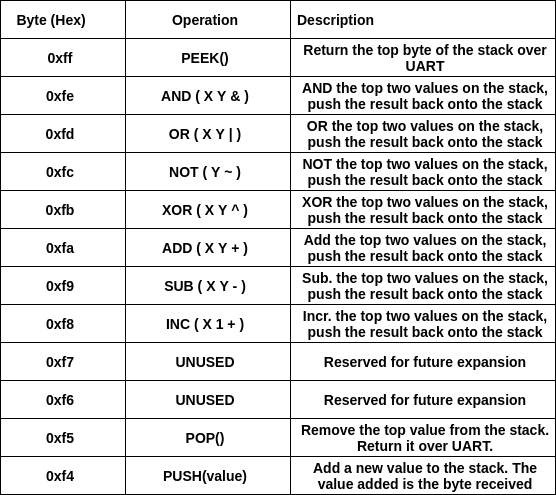
This is images/p8/calculator_instructions.png from Fangs-BootCamp/Fangs-BootCamp.github.io, a draw.io export, as it was before one commit. Source tidied: cells renumbered, new cells last; positions are measured from the earlier drawing's top-left corner, leaving out a move shared by most shapes. Source of this version:
```xml
<mxGraphModel>
  <root>
    <mxCell id="0" />
    <mxCell id="1" parent="0" />
    <mxCell id="2" style="rounded=0;whiteSpace=wrap;html=1;strokeWidth=1;" parent="1" vertex="1">
      <mxGeometry x="290" width="265" height="38" as="geometry" />
    </mxCell>
    <mxCell id="3" style="rounded=0;whiteSpace=wrap;html=1;strokeWidth=1;" parent="1" vertex="1">
      <mxGeometry x="125" width="165" height="38" as="geometry" />
    </mxCell>
    <mxCell id="4" value="&lt;b&gt;&lt;font style=&quot;font-size: 14px&quot;&gt;Description&lt;/font&gt;&lt;/b&gt;" style="text;html=1;strokeColor=none;fillColor=none;align=center;verticalAlign=middle;whiteSpace=wrap;rounded=0;" parent="1" vertex="1">
      <mxGeometry x="305" y="4" width="61" height="30" as="geometry" />
    </mxCell>
    <mxCell id="5" value="&lt;div style=&quot;text-align: justify&quot;&gt;&lt;b&gt;&lt;font style=&quot;font-size: 14px&quot;&gt;Operation&lt;/font&gt;&lt;/b&gt;&lt;/div&gt;" style="text;html=1;strokeColor=none;fillColor=none;align=center;verticalAlign=middle;whiteSpace=wrap;rounded=0;" parent="1" vertex="1">
      <mxGeometry x="125" y="4" width="160" height="30" as="geometry" />
    </mxCell>
    <mxCell id="6" style="rounded=0;whiteSpace=wrap;html=1;strokeWidth=1;" parent="1" vertex="1">
      <mxGeometry width="125" height="38" as="geometry" />
    </mxCell>
    <mxCell id="7" value="&lt;b&gt;&lt;font style=&quot;font-size: 14px&quot;&gt;Byte (Hex)&lt;/font&gt;&lt;/b&gt;" style="text;html=1;strokeColor=none;fillColor=none;align=center;verticalAlign=middle;whiteSpace=wrap;rounded=0;" parent="1" vertex="1">
      <mxGeometry x="5" y="4" width="92" height="30" as="geometry" />
    </mxCell>
    <mxCell id="8" style="rounded=0;whiteSpace=wrap;html=1;strokeWidth=1;" parent="1" vertex="1">
      <mxGeometry x="290" y="38" width="265" height="38" as="geometry" />
    </mxCell>
    <mxCell id="9" style="rounded=0;whiteSpace=wrap;html=1;strokeWidth=1;" parent="1" vertex="1">
      <mxGeometry x="125" y="38" width="165" height="38" as="geometry" />
    </mxCell>
    <mxCell id="10" value="&lt;span style=&quot;font-size: 14px&quot;&gt;&lt;b&gt;Return the top byte of the stack over UART&lt;/b&gt;&lt;/span&gt;" style="text;html=1;strokeColor=none;fillColor=none;align=center;verticalAlign=middle;whiteSpace=wrap;rounded=0;" parent="1" vertex="1">
      <mxGeometry x="295" y="42" width="260" height="30" as="geometry" />
    </mxCell>
    <mxCell id="11" value="&lt;b&gt;&lt;font style=&quot;font-size: 14px&quot;&gt;PEEK()&lt;/font&gt;&lt;/b&gt;" style="text;html=1;strokeColor=none;fillColor=none;align=center;verticalAlign=middle;whiteSpace=wrap;rounded=0;" parent="1" vertex="1">
      <mxGeometry x="125" y="42" width="160" height="30" as="geometry" />
    </mxCell>
    <mxCell id="12" style="rounded=0;whiteSpace=wrap;html=1;strokeWidth=1;" parent="1" vertex="1">
      <mxGeometry y="38" width="125" height="38" as="geometry" />
    </mxCell>
    <mxCell id="13" value="&lt;b&gt;&lt;font style=&quot;font-size: 14px&quot;&gt;0xff&lt;/font&gt;&lt;/b&gt;" style="text;html=1;strokeColor=none;fillColor=none;align=center;verticalAlign=middle;whiteSpace=wrap;rounded=0;" parent="1" vertex="1">
      <mxGeometry y="42" width="120" height="30" as="geometry" />
    </mxCell>
    <mxCell id="14" style="rounded=0;whiteSpace=wrap;html=1;strokeWidth=1;" parent="1" vertex="1">
      <mxGeometry x="290" y="76" width="265" height="38" as="geometry" />
    </mxCell>
    <mxCell id="15" style="rounded=0;whiteSpace=wrap;html=1;strokeWidth=1;" parent="1" vertex="1">
      <mxGeometry x="125" y="76" width="165" height="38" as="geometry" />
    </mxCell>
    <mxCell id="16" value="&lt;b&gt;&lt;font style=&quot;font-size: 14px&quot;&gt;AND the top two values on the stack, push the result back onto the stack&lt;/font&gt;&lt;/b&gt;" style="text;html=1;strokeColor=none;fillColor=none;align=center;verticalAlign=middle;whiteSpace=wrap;rounded=0;" parent="1" vertex="1">
      <mxGeometry x="295" y="80" width="260" height="30" as="geometry" />
    </mxCell>
    <mxCell id="17" value="&lt;b&gt;&lt;font style=&quot;font-size: 14px&quot;&gt;AND ( X Y &amp;amp; )&lt;/font&gt;&lt;/b&gt;" style="text;html=1;strokeColor=none;fillColor=none;align=center;verticalAlign=middle;whiteSpace=wrap;rounded=0;" parent="1" vertex="1">
      <mxGeometry x="125" y="80" width="160" height="30" as="geometry" />
    </mxCell>
    <mxCell id="18" style="rounded=0;whiteSpace=wrap;html=1;strokeWidth=1;" parent="1" vertex="1">
      <mxGeometry y="76" width="125" height="38" as="geometry" />
    </mxCell>
    <mxCell id="19" value="&lt;b&gt;&lt;font style=&quot;font-size: 14px&quot;&gt;0xfe&lt;/font&gt;&lt;/b&gt;" style="text;html=1;strokeColor=none;fillColor=none;align=center;verticalAlign=middle;whiteSpace=wrap;rounded=0;" parent="1" vertex="1">
      <mxGeometry y="80" width="120" height="30" as="geometry" />
    </mxCell>
    <mxCell id="20" style="rounded=0;whiteSpace=wrap;html=1;strokeWidth=1;" parent="1" vertex="1">
      <mxGeometry x="290" y="114" width="265" height="38" as="geometry" />
    </mxCell>
    <mxCell id="21" style="rounded=0;whiteSpace=wrap;html=1;strokeWidth=1;" parent="1" vertex="1">
      <mxGeometry x="125" y="114" width="165" height="38" as="geometry" />
    </mxCell>
    <mxCell id="22" value="&lt;b&gt;&lt;font style=&quot;font-size: 14px&quot;&gt;OR the top two values on the stack, push the result back onto the stack&lt;/font&gt;&lt;/b&gt;" style="text;html=1;strokeColor=none;fillColor=none;align=center;verticalAlign=middle;whiteSpace=wrap;rounded=0;" parent="1" vertex="1">
      <mxGeometry x="295" y="118" width="260" height="30" as="geometry" />
    </mxCell>
    <mxCell id="23" value="&lt;b&gt;&lt;font style=&quot;font-size: 14px&quot;&gt;OR ( X Y | )&lt;/font&gt;&lt;/b&gt;" style="text;html=1;strokeColor=none;fillColor=none;align=center;verticalAlign=middle;whiteSpace=wrap;rounded=0;" parent="1" vertex="1">
      <mxGeometry x="125" y="118" width="160" height="30" as="geometry" />
    </mxCell>
    <mxCell id="24" style="rounded=0;whiteSpace=wrap;html=1;strokeWidth=1;" parent="1" vertex="1">
      <mxGeometry y="114" width="125" height="38" as="geometry" />
    </mxCell>
    <mxCell id="25" value="&lt;b&gt;&lt;font style=&quot;font-size: 14px&quot;&gt;0xfd&lt;/font&gt;&lt;/b&gt;" style="text;html=1;strokeColor=none;fillColor=none;align=center;verticalAlign=middle;whiteSpace=wrap;rounded=0;" parent="1" vertex="1">
      <mxGeometry y="118" width="120" height="30" as="geometry" />
    </mxCell>
    <mxCell id="26" style="rounded=0;whiteSpace=wrap;html=1;strokeWidth=1;" parent="1" vertex="1">
      <mxGeometry x="290" y="152" width="265" height="38" as="geometry" />
    </mxCell>
    <mxCell id="27" style="rounded=0;whiteSpace=wrap;html=1;strokeWidth=1;" parent="1" vertex="1">
      <mxGeometry x="125" y="152" width="165" height="38" as="geometry" />
    </mxCell>
    <mxCell id="28" value="&lt;b&gt;&lt;font style=&quot;font-size: 14px&quot;&gt;NOT the top two values on the stack, push the result back onto the stack&lt;/font&gt;&lt;/b&gt;" style="text;html=1;strokeColor=none;fillColor=none;align=center;verticalAlign=middle;whiteSpace=wrap;rounded=0;" parent="1" vertex="1">
      <mxGeometry x="295" y="156" width="260" height="30" as="geometry" />
    </mxCell>
    <mxCell id="29" value="&lt;b&gt;&lt;font style=&quot;font-size: 14px&quot;&gt;NOT ( Y ~ )&lt;/font&gt;&lt;/b&gt;" style="text;html=1;strokeColor=none;fillColor=none;align=center;verticalAlign=middle;whiteSpace=wrap;rounded=0;" parent="1" vertex="1">
      <mxGeometry x="125" y="156" width="160" height="30" as="geometry" />
    </mxCell>
    <mxCell id="30" style="rounded=0;whiteSpace=wrap;html=1;strokeWidth=1;" parent="1" vertex="1">
      <mxGeometry y="152" width="125" height="38" as="geometry" />
    </mxCell>
    <mxCell id="31" value="&lt;b&gt;&lt;font style=&quot;font-size: 14px&quot;&gt;0xfc&lt;/font&gt;&lt;/b&gt;" style="text;html=1;strokeColor=none;fillColor=none;align=center;verticalAlign=middle;whiteSpace=wrap;rounded=0;" parent="1" vertex="1">
      <mxGeometry y="156" width="120" height="30" as="geometry" />
    </mxCell>
    <mxCell id="32" style="rounded=0;whiteSpace=wrap;html=1;strokeWidth=1;" parent="1" vertex="1">
      <mxGeometry x="290" y="190" width="265" height="38" as="geometry" />
    </mxCell>
    <mxCell id="33" style="rounded=0;whiteSpace=wrap;html=1;strokeWidth=1;" parent="1" vertex="1">
      <mxGeometry x="125" y="190" width="165" height="38" as="geometry" />
    </mxCell>
    <mxCell id="34" value="&lt;b&gt;&lt;font style=&quot;font-size: 14px&quot;&gt;XOR the top two values on the stack, push the result back onto the stack&lt;/font&gt;&lt;/b&gt;" style="text;html=1;strokeColor=none;fillColor=none;align=center;verticalAlign=middle;whiteSpace=wrap;rounded=0;" parent="1" vertex="1">
      <mxGeometry x="295" y="194" width="260" height="30" as="geometry" />
    </mxCell>
    <mxCell id="35" value="&lt;b&gt;&lt;font style=&quot;font-size: 14px&quot;&gt;XOR ( X Y ^ )&lt;/font&gt;&lt;/b&gt;" style="text;html=1;strokeColor=none;fillColor=none;align=center;verticalAlign=middle;whiteSpace=wrap;rounded=0;" parent="1" vertex="1">
      <mxGeometry x="125" y="194" width="160" height="30" as="geometry" />
    </mxCell>
    <mxCell id="36" style="rounded=0;whiteSpace=wrap;html=1;strokeWidth=1;" parent="1" vertex="1">
      <mxGeometry y="190" width="125" height="38" as="geometry" />
    </mxCell>
    <mxCell id="37" value="&lt;b&gt;&lt;font style=&quot;font-size: 14px&quot;&gt;0xfb&lt;/font&gt;&lt;/b&gt;" style="text;html=1;strokeColor=none;fillColor=none;align=center;verticalAlign=middle;whiteSpace=wrap;rounded=0;" parent="1" vertex="1">
      <mxGeometry y="194" width="120" height="30" as="geometry" />
    </mxCell>
    <mxCell id="38" style="rounded=0;whiteSpace=wrap;html=1;strokeWidth=1;" parent="1" vertex="1">
      <mxGeometry x="290" y="228" width="265" height="38" as="geometry" />
    </mxCell>
    <mxCell id="39" style="rounded=0;whiteSpace=wrap;html=1;strokeWidth=1;" parent="1" vertex="1">
      <mxGeometry x="125" y="228" width="165" height="38" as="geometry" />
    </mxCell>
    <mxCell id="40" value="&lt;b&gt;&lt;font style=&quot;font-size: 14px&quot;&gt;Add the top two values on the stack, push the result back onto the stack&lt;/font&gt;&lt;/b&gt;" style="text;html=1;strokeColor=none;fillColor=none;align=center;verticalAlign=middle;whiteSpace=wrap;rounded=0;" parent="1" vertex="1">
      <mxGeometry x="295" y="232" width="260" height="30" as="geometry" />
    </mxCell>
    <mxCell id="41" value="&lt;b&gt;&lt;font style=&quot;font-size: 14px&quot;&gt;ADD ( X Y + )&lt;/font&gt;&lt;/b&gt;" style="text;html=1;strokeColor=none;fillColor=none;align=center;verticalAlign=middle;whiteSpace=wrap;rounded=0;" parent="1" vertex="1">
      <mxGeometry x="125" y="232" width="160" height="30" as="geometry" />
    </mxCell>
    <mxCell id="42" style="rounded=0;whiteSpace=wrap;html=1;strokeWidth=1;" parent="1" vertex="1">
      <mxGeometry y="228" width="125" height="38" as="geometry" />
    </mxCell>
    <mxCell id="43" value="&lt;b&gt;&lt;font style=&quot;font-size: 14px&quot;&gt;0xfa&lt;/font&gt;&lt;/b&gt;" style="text;html=1;strokeColor=none;fillColor=none;align=center;verticalAlign=middle;whiteSpace=wrap;rounded=0;" parent="1" vertex="1">
      <mxGeometry y="232" width="120" height="30" as="geometry" />
    </mxCell>
    <mxCell id="44" style="rounded=0;whiteSpace=wrap;html=1;strokeWidth=1;" parent="1" vertex="1">
      <mxGeometry x="290" y="266" width="265" height="38" as="geometry" />
    </mxCell>
    <mxCell id="45" style="rounded=0;whiteSpace=wrap;html=1;strokeWidth=1;" parent="1" vertex="1">
      <mxGeometry x="125" y="266" width="165" height="38" as="geometry" />
    </mxCell>
    <mxCell id="46" value="&lt;b&gt;&lt;font style=&quot;font-size: 14px&quot;&gt;Sub. the top two values on the stack, push the result back onto the stack&lt;/font&gt;&lt;/b&gt;" style="text;html=1;strokeColor=none;fillColor=none;align=center;verticalAlign=middle;whiteSpace=wrap;rounded=0;" parent="1" vertex="1">
      <mxGeometry x="295" y="270" width="260" height="30" as="geometry" />
    </mxCell>
    <mxCell id="47" value="&lt;b&gt;&lt;font style=&quot;font-size: 14px&quot;&gt;SUB ( X Y - )&lt;/font&gt;&lt;/b&gt;" style="text;html=1;strokeColor=none;fillColor=none;align=center;verticalAlign=middle;whiteSpace=wrap;rounded=0;" parent="1" vertex="1">
      <mxGeometry x="125" y="270" width="160" height="30" as="geometry" />
    </mxCell>
    <mxCell id="48" style="rounded=0;whiteSpace=wrap;html=1;strokeWidth=1;" parent="1" vertex="1">
      <mxGeometry y="266" width="125" height="38" as="geometry" />
    </mxCell>
    <mxCell id="49" value="&lt;b&gt;&lt;font style=&quot;font-size: 14px&quot;&gt;0xf9&lt;/font&gt;&lt;/b&gt;" style="text;html=1;strokeColor=none;fillColor=none;align=center;verticalAlign=middle;whiteSpace=wrap;rounded=0;" parent="1" vertex="1">
      <mxGeometry y="270" width="120" height="30" as="geometry" />
    </mxCell>
    <mxCell id="50" style="rounded=0;whiteSpace=wrap;html=1;strokeWidth=1;" parent="1" vertex="1">
      <mxGeometry x="290" y="304" width="265" height="38" as="geometry" />
    </mxCell>
    <mxCell id="51" style="rounded=0;whiteSpace=wrap;html=1;strokeWidth=1;" parent="1" vertex="1">
      <mxGeometry x="125" y="304" width="165" height="38" as="geometry" />
    </mxCell>
    <mxCell id="52" value="&lt;b&gt;&lt;font style=&quot;font-size: 14px&quot;&gt;Incr. the top two values on the stack, push the result back onto the stack&lt;/font&gt;&lt;/b&gt;" style="text;html=1;strokeColor=none;fillColor=none;align=center;verticalAlign=middle;whiteSpace=wrap;rounded=0;" parent="1" vertex="1">
      <mxGeometry x="295" y="308" width="260" height="30" as="geometry" />
    </mxCell>
    <mxCell id="53" value="&lt;b&gt;&lt;font style=&quot;font-size: 14px&quot;&gt;INC ( X 1 + )&lt;/font&gt;&lt;/b&gt;" style="text;html=1;strokeColor=none;fillColor=none;align=center;verticalAlign=middle;whiteSpace=wrap;rounded=0;" parent="1" vertex="1">
      <mxGeometry x="125" y="308" width="160" height="30" as="geometry" />
    </mxCell>
    <mxCell id="54" style="rounded=0;whiteSpace=wrap;html=1;strokeWidth=1;" parent="1" vertex="1">
      <mxGeometry y="304" width="125" height="38" as="geometry" />
    </mxCell>
    <mxCell id="55" value="&lt;b&gt;&lt;font style=&quot;font-size: 14px&quot;&gt;0xf8&lt;/font&gt;&lt;/b&gt;" style="text;html=1;strokeColor=none;fillColor=none;align=center;verticalAlign=middle;whiteSpace=wrap;rounded=0;" parent="1" vertex="1">
      <mxGeometry y="308" width="120" height="30" as="geometry" />
    </mxCell>
    <mxCell id="56" style="rounded=0;whiteSpace=wrap;html=1;strokeWidth=1;" parent="1" vertex="1">
      <mxGeometry x="290" y="342" width="265" height="38" as="geometry" />
    </mxCell>
    <mxCell id="57" style="rounded=0;whiteSpace=wrap;html=1;strokeWidth=1;" parent="1" vertex="1">
      <mxGeometry x="125" y="342" width="165" height="38" as="geometry" />
    </mxCell>
    <mxCell id="58" value="&lt;b&gt;&lt;font style=&quot;font-size: 14px&quot;&gt;Reserved for future expansion&lt;/font&gt;&lt;/b&gt;" style="text;html=1;strokeColor=none;fillColor=none;align=center;verticalAlign=middle;whiteSpace=wrap;rounded=0;" parent="1" vertex="1">
      <mxGeometry x="295" y="346" width="260" height="30" as="geometry" />
    </mxCell>
    <mxCell id="59" value="&lt;b&gt;&lt;font style=&quot;font-size: 14px&quot;&gt;UNUSED&lt;/font&gt;&lt;/b&gt;" style="text;html=1;strokeColor=none;fillColor=none;align=center;verticalAlign=middle;whiteSpace=wrap;rounded=0;" parent="1" vertex="1">
      <mxGeometry x="125" y="346" width="160" height="30" as="geometry" />
    </mxCell>
    <mxCell id="60" style="rounded=0;whiteSpace=wrap;html=1;strokeWidth=1;" parent="1" vertex="1">
      <mxGeometry y="342" width="125" height="38" as="geometry" />
    </mxCell>
    <mxCell id="61" value="&lt;b&gt;&lt;font style=&quot;font-size: 14px&quot;&gt;0xf7&lt;/font&gt;&lt;/b&gt;" style="text;html=1;strokeColor=none;fillColor=none;align=center;verticalAlign=middle;whiteSpace=wrap;rounded=0;" parent="1" vertex="1">
      <mxGeometry y="346" width="120" height="30" as="geometry" />
    </mxCell>
    <mxCell id="62" style="rounded=0;whiteSpace=wrap;html=1;strokeWidth=1;" parent="1" vertex="1">
      <mxGeometry x="290" y="380" width="265" height="38" as="geometry" />
    </mxCell>
    <mxCell id="63" style="rounded=0;whiteSpace=wrap;html=1;strokeWidth=1;" parent="1" vertex="1">
      <mxGeometry x="125" y="380" width="165" height="38" as="geometry" />
    </mxCell>
    <mxCell id="64" value="&lt;b&gt;&lt;font style=&quot;font-size: 14px&quot;&gt;Reserved for future expansion&lt;/font&gt;&lt;/b&gt;" style="text;html=1;strokeColor=none;fillColor=none;align=center;verticalAlign=middle;whiteSpace=wrap;rounded=0;" parent="1" vertex="1">
      <mxGeometry x="295" y="384" width="260" height="30" as="geometry" />
    </mxCell>
    <mxCell id="65" value="&lt;b&gt;&lt;font style=&quot;font-size: 14px&quot;&gt;UNUSED&lt;/font&gt;&lt;/b&gt;" style="text;html=1;strokeColor=none;fillColor=none;align=center;verticalAlign=middle;whiteSpace=wrap;rounded=0;" parent="1" vertex="1">
      <mxGeometry x="125" y="384" width="160" height="30" as="geometry" />
    </mxCell>
    <mxCell id="66" style="rounded=0;whiteSpace=wrap;html=1;strokeWidth=1;" parent="1" vertex="1">
      <mxGeometry y="380" width="125" height="38" as="geometry" />
    </mxCell>
    <mxCell id="67" value="&lt;b&gt;&lt;font style=&quot;font-size: 14px&quot;&gt;0xf6&lt;/font&gt;&lt;/b&gt;" style="text;html=1;strokeColor=none;fillColor=none;align=center;verticalAlign=middle;whiteSpace=wrap;rounded=0;" parent="1" vertex="1">
      <mxGeometry y="384" width="120" height="30" as="geometry" />
    </mxCell>
    <mxCell id="68" style="rounded=0;whiteSpace=wrap;html=1;strokeWidth=1;" parent="1" vertex="1">
      <mxGeometry x="290" y="418" width="265" height="38" as="geometry" />
    </mxCell>
    <mxCell id="69" style="rounded=0;whiteSpace=wrap;html=1;strokeWidth=1;" parent="1" vertex="1">
      <mxGeometry x="125" y="418" width="165" height="38" as="geometry" />
    </mxCell>
    <mxCell id="70" value="&lt;b&gt;&lt;font style=&quot;font-size: 14px&quot;&gt;Remove the top value from the stack. Return it over UART.&lt;/font&gt;&lt;/b&gt;" style="text;html=1;strokeColor=none;fillColor=none;align=center;verticalAlign=middle;whiteSpace=wrap;rounded=0;" parent="1" vertex="1">
      <mxGeometry x="295" y="422" width="260" height="30" as="geometry" />
    </mxCell>
    <mxCell id="71" value="&lt;b&gt;&lt;font style=&quot;font-size: 14px&quot;&gt;POP()&lt;/font&gt;&lt;/b&gt;" style="text;html=1;strokeColor=none;fillColor=none;align=center;verticalAlign=middle;whiteSpace=wrap;rounded=0;" parent="1" vertex="1">
      <mxGeometry x="125" y="422" width="160" height="30" as="geometry" />
    </mxCell>
    <mxCell id="72" style="rounded=0;whiteSpace=wrap;html=1;strokeWidth=1;" parent="1" vertex="1">
      <mxGeometry y="418" width="125" height="38" as="geometry" />
    </mxCell>
    <mxCell id="73" value="&lt;b&gt;&lt;font style=&quot;font-size: 14px&quot;&gt;0xf5&lt;/font&gt;&lt;/b&gt;" style="text;html=1;strokeColor=none;fillColor=none;align=center;verticalAlign=middle;whiteSpace=wrap;rounded=0;" parent="1" vertex="1">
      <mxGeometry y="422" width="120" height="30" as="geometry" />
    </mxCell>
    <mxCell id="74" style="rounded=0;whiteSpace=wrap;html=1;strokeWidth=1;" parent="1" vertex="1">
      <mxGeometry x="290" y="456" width="265" height="38" as="geometry" />
    </mxCell>
    <mxCell id="75" style="rounded=0;whiteSpace=wrap;html=1;strokeWidth=1;" parent="1" vertex="1">
      <mxGeometry x="125" y="456" width="165" height="38" as="geometry" />
    </mxCell>
    <mxCell id="76" value="&lt;b&gt;&lt;font style=&quot;font-size: 14px&quot;&gt;Add a new value to the stack. The value added is the byte received&lt;/font&gt;&lt;/b&gt;" style="text;html=1;strokeColor=none;fillColor=none;align=center;verticalAlign=middle;whiteSpace=wrap;rounded=0;" parent="1" vertex="1">
      <mxGeometry x="295" y="460" width="260" height="30" as="geometry" />
    </mxCell>
    <mxCell id="77" value="&lt;b&gt;&lt;font style=&quot;font-size: 14px&quot;&gt;PUSH(value)&lt;/font&gt;&lt;/b&gt;" style="text;html=1;strokeColor=none;fillColor=none;align=center;verticalAlign=middle;whiteSpace=wrap;rounded=0;" parent="1" vertex="1">
      <mxGeometry x="125" y="460" width="160" height="30" as="geometry" />
    </mxCell>
    <mxCell id="78" style="rounded=0;whiteSpace=wrap;html=1;strokeWidth=1;" parent="1" vertex="1">
      <mxGeometry y="456" width="125" height="38" as="geometry" />
    </mxCell>
    <mxCell id="79" value="&lt;b&gt;&lt;font style=&quot;font-size: 14px&quot;&gt;0xf4&lt;/font&gt;&lt;/b&gt;" style="text;html=1;strokeColor=none;fillColor=none;align=center;verticalAlign=middle;whiteSpace=wrap;rounded=0;" parent="1" vertex="1">
      <mxGeometry y="460" width="120" height="30" as="geometry" />
    </mxCell>
  </root>
</mxGraphModel>
```
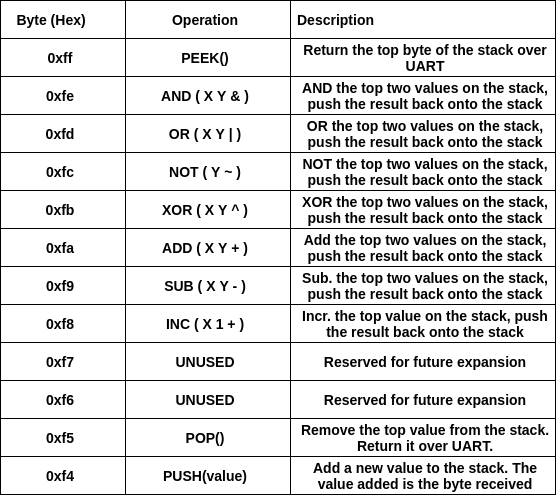
After the change.

The edit, as a diff of the source:
```diff
@@ -152,7 +152,7 @@
     <mxCell id="51" style="rounded=0;whiteSpace=wrap;html=1;strokeWidth=1;" parent="1" vertex="1">
       <mxGeometry x="125" y="304" width="165" height="38" as="geometry" />
     </mxCell>
-    <mxCell id="52" value="&lt;b&gt;&lt;font style=&quot;font-size: 14px&quot;&gt;Incr. the top two values on the stack, push the result back onto the stack&lt;/font&gt;&lt;/b&gt;" style="text;html=1;strokeColor=none;fillColor=none;align=center;verticalAlign=middle;whiteSpace=wrap;rounded=0;" parent="1" vertex="1">
+    <mxCell id="52" value="&lt;b&gt;&lt;font style=&quot;font-size: 14px&quot;&gt;Incr. the top value on the stack, push the result back onto the stack&lt;/font&gt;&lt;/b&gt;" style="text;html=1;strokeColor=none;fillColor=none;align=center;verticalAlign=middle;whiteSpace=wrap;rounded=0;" parent="1" vertex="1">
       <mxGeometry x="295" y="308" width="260" height="30" as="geometry" />
     </mxCell>
     <mxCell id="53" value="&lt;b&gt;&lt;font style=&quot;font-size: 14px&quot;&gt;INC ( X 1 + )&lt;/font&gt;&lt;/b&gt;" style="text;html=1;strokeColor=none;fillColor=none;align=center;verticalAlign=middle;whiteSpace=wrap;rounded=0;" parent="1" vertex="1">
```
